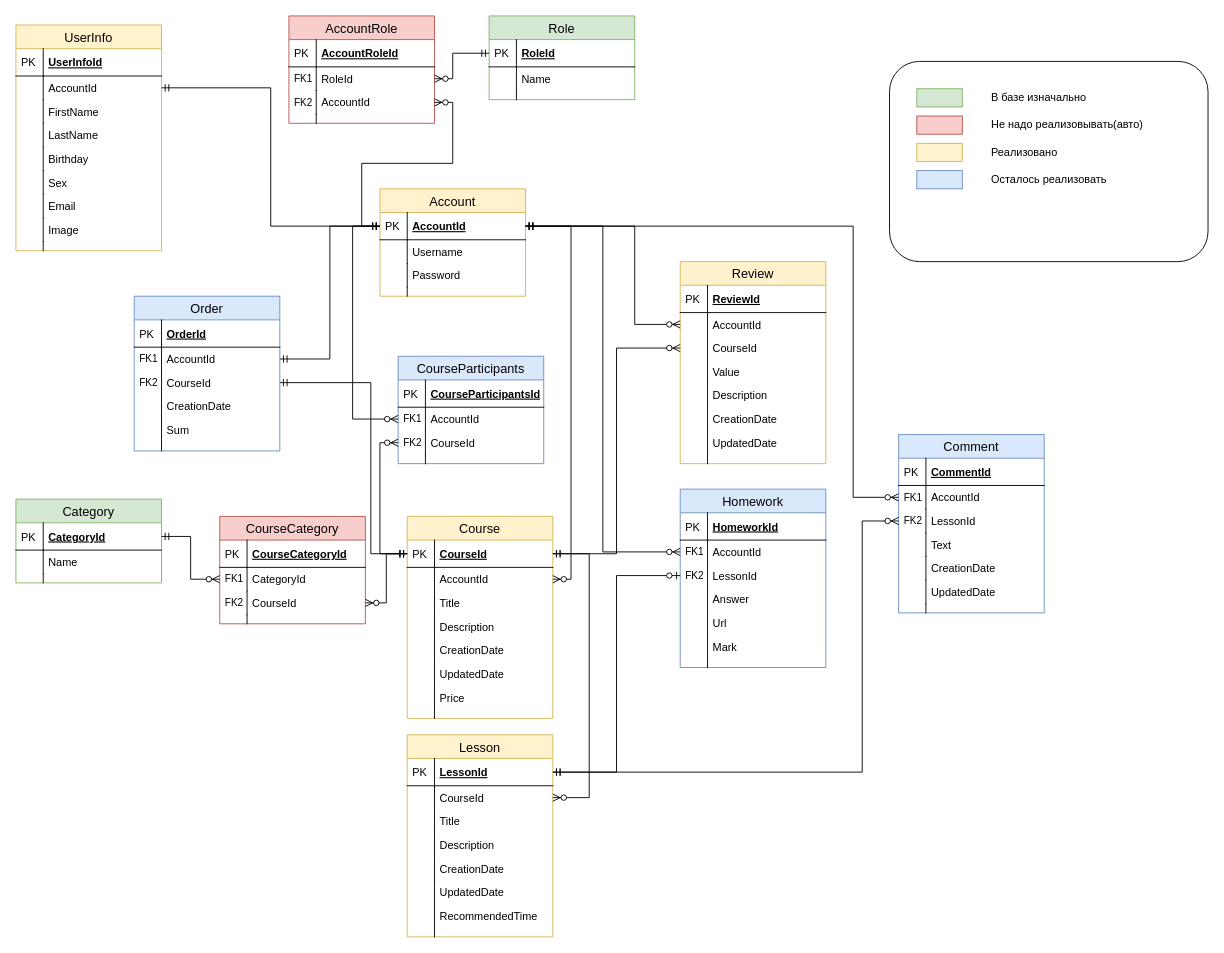
EvgeniyVashinko/EduApp keeps this draw.io diagram as EduApp/EduApp.Data/DbScheme/database.drawio. Above is the earlier version. Source tidied: cells renumbered, new cells numbered last; positions are measured from the earlier drawing's top-left corner, leaving out a move shared by most shapes. Both pictures are drawn from the tidied source at 91%, with x=0, y=0 at pixel (15, 15).
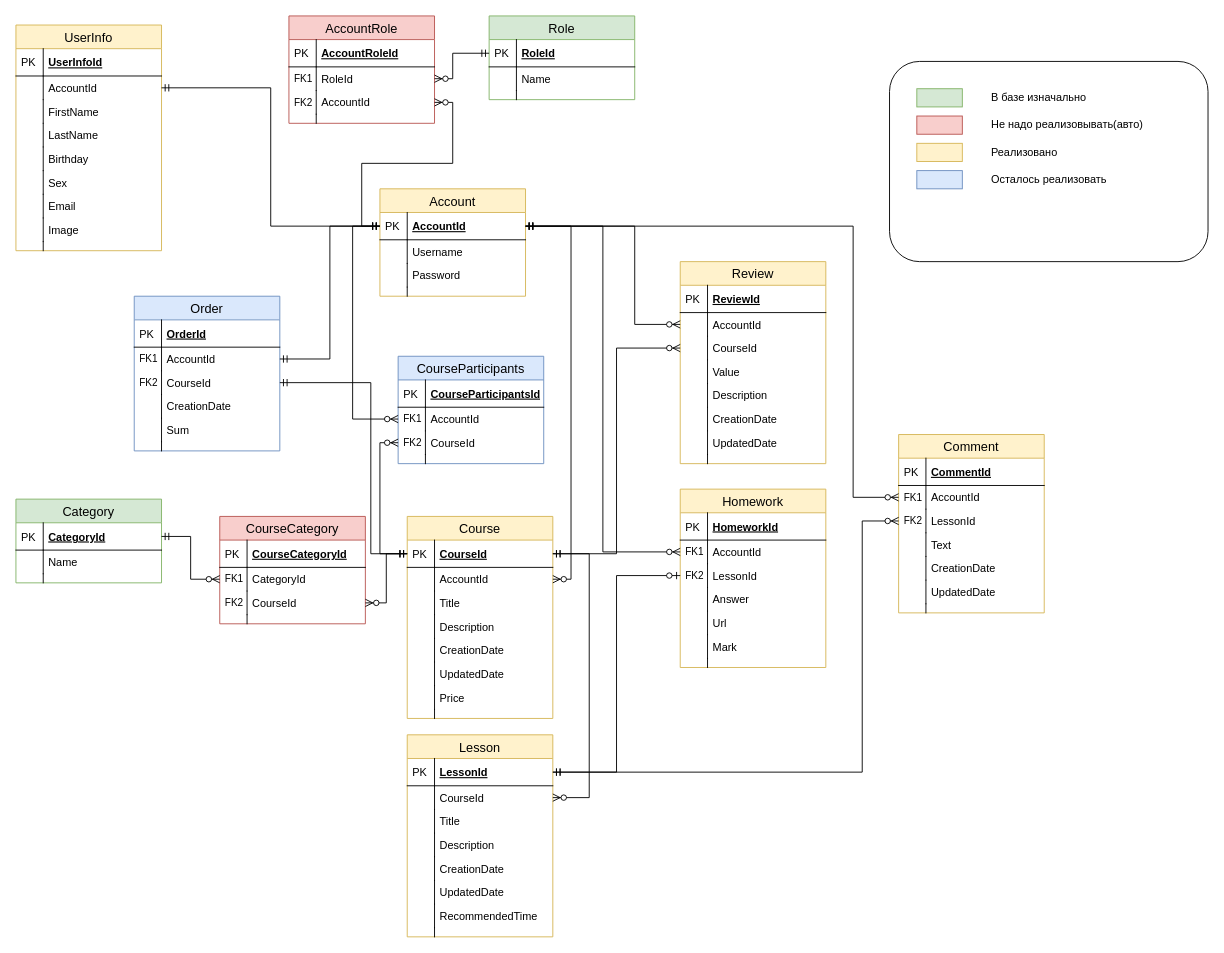
The same page after the edit.

The edit, as a diff of the source:
```diff
@@
-    <mxCell id="110" value="Homework" style="swimlane;fontStyle=0;horizontal=1;startSize=26;fillColor=#dae8fc;swimlaneFillColor=#ffffff;align=center;fontSize=14;strokeColor=#6c8ebf;" parent="1" vertex="1">
+    <mxCell id="110" value="Homework" style="swimlane;fontStyle=0;horizontal=1;startSize=26;fillColor=#fff2cc;swimlaneFillColor=#ffffff;align=center;fontSize=14;strokeColor=#d6b656;" parent="1" vertex="1">
       <mxGeometry x="730" y="520" width="160" height="196" as="geometry" />
     </mxCell>
@@
-    <mxCell id="125" value="Comment" style="swimlane;fontStyle=0;horizontal=1;startSize=26;fillColor=#dae8fc;swimlaneFillColor=#ffffff;align=center;fontSize=14;strokeColor=#6c8ebf;" parent="1" vertex="1">
+    <mxCell id="125" value="Comment" style="swimlane;fontStyle=0;horizontal=1;startSize=26;fillColor=#fff2cc;swimlaneFillColor=#ffffff;align=center;fontSize=14;strokeColor=#d6b656;" parent="1" vertex="1">
       <mxGeometry x="970" y="460" width="160" height="196" as="geometry" />
     </mxCell>
```
